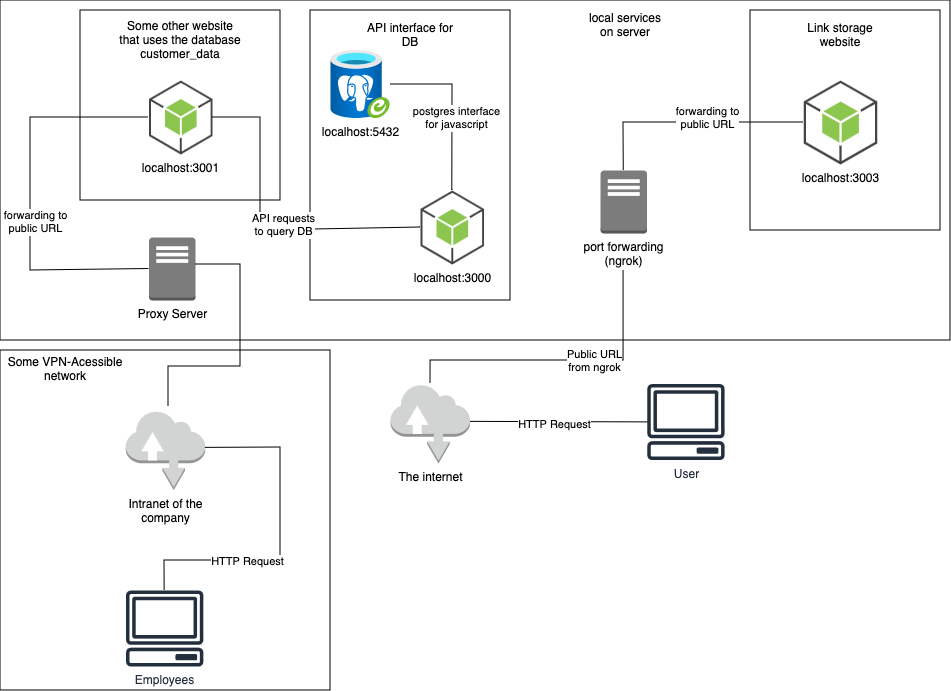
Before: docs/ssrf-architecture.png, a diagram exported from draw.io (aneshodza/ssrf-demo). Source tidied: cells renumbered, new cells last; positions are measured from the earlier drawing's top-left corner, leaving out a move shared by most shapes. The source it was exported from:
```xml
<mxGraphModel>
  <root>
    <mxCell id="0" />
    <mxCell id="1" parent="0" />
    <mxCell id="2" style="rounded=0;whiteSpace=wrap;html=1;fillColor=none;" parent="1" vertex="1">
      <mxGeometry width="950" height="340" as="geometry" />
    </mxCell>
    <mxCell id="3" style="rounded=0;whiteSpace=wrap;html=1;" parent="1" vertex="1">
      <mxGeometry x="310" y="10" width="200" height="290" as="geometry" />
    </mxCell>
    <mxCell id="4" value="localhost:5432" style="image;html=1;points=[];align=center;fontSize=12;image=img/lib/azure2/databases/Azure_Database_PostgreSQL_Server_Group.svg;" parent="1" vertex="1">
      <mxGeometry x="330" y="50" width="60" height="68" as="geometry" />
    </mxCell>
    <mxCell id="5" value="local services &lt;br&gt;on server" style="text;html=1;strokeColor=none;fillColor=none;align=center;verticalAlign=middle;whiteSpace=wrap;rounded=0;" parent="1" vertex="1">
      <mxGeometry x="565" y="10" width="120" height="30" as="geometry" />
    </mxCell>
    <mxCell id="6" value="localhost:3000" style="outlineConnect=0;dashed=0;verticalLabelPosition=bottom;verticalAlign=top;align=center;html=1;shape=mxgraph.aws3.android;fillColor=#8CC64F;gradientColor=none;" parent="1" vertex="1">
      <mxGeometry x="420" y="190" width="63.5" height="74" as="geometry" />
    </mxCell>
    <mxCell id="7" style="endArrow=none;html=1;rounded=0;" parent="1" edge="1" source="6" target="4">
      <mxGeometry relative="1" as="geometry">
        <Array as="points">
          <mxPoint x="452" y="84" />
        </Array>
      </mxGeometry>
    </mxCell>
    <mxCell id="8" value="postgres interface&lt;br&gt;for javascript" style="edgeLabel;html=1;align=center;verticalAlign=middle;" parent="7" vertex="1">
      <mxGeometry x="-0.15" y="-4" relative="1" as="geometry">
        <mxPoint y="-1" as="offset" />
      </mxGeometry>
    </mxCell>
    <mxCell id="9" value="API interface for DB" style="text;html=1;strokeColor=none;fillColor=none;align=center;verticalAlign=middle;whiteSpace=wrap;rounded=0;" parent="1" vertex="1">
      <mxGeometry x="360" y="20" width="100" height="30" as="geometry" />
    </mxCell>
    <mxCell id="10" style="rounded=0;whiteSpace=wrap;html=1;" parent="1" vertex="1">
      <mxGeometry x="750" y="10" width="190" height="220" as="geometry" />
    </mxCell>
    <mxCell id="11" value="localhost:3003" style="outlineConnect=0;dashed=0;verticalLabelPosition=bottom;verticalAlign=top;align=center;html=1;shape=mxgraph.aws3.android;fillColor=#8CC64F;gradientColor=none;" parent="1" vertex="1">
      <mxGeometry x="803.2" y="80" width="73.5" height="84" as="geometry" />
    </mxCell>
    <mxCell id="12" value="Link storage website" style="text;html=1;strokeColor=none;fillColor=none;align=center;verticalAlign=middle;whiteSpace=wrap;rounded=0;" parent="1" vertex="1">
      <mxGeometry x="790" y="20" width="100" height="30" as="geometry" />
    </mxCell>
    <mxCell id="13" value="port forwarding&lt;br&gt;&lt;div align=&quot;center&quot;&gt;(ngrok)&lt;/div&gt;" style="outlineConnect=0;dashed=0;verticalLabelPosition=bottom;verticalAlign=top;align=center;html=1;shape=mxgraph.aws3.traditional_server;fillColor=#7D7C7C;gradientColor=none;" parent="1" vertex="1">
      <mxGeometry x="600" y="170" width="46.5" height="63" as="geometry" />
    </mxCell>
    <mxCell id="14" style="endArrow=none;html=1;rounded=0;exitX=0;exitY=0.5;exitDx=0;exitDy=0;exitPerimeter=0;entryX=0.5;entryY=0;entryDx=0;entryDy=0;entryPerimeter=0;" parent="1" edge="1" source="11" target="13">
      <mxGeometry relative="1" as="geometry">
        <Array as="points">
          <mxPoint x="623" y="122" />
        </Array>
      </mxGeometry>
    </mxCell>
    <mxCell id="15" value="forwarding to&lt;br&gt;public URL" style="edgeLabel;html=1;align=center;verticalAlign=middle;" parent="14" vertex="1">
      <mxGeometry x="-0.15" y="-4" relative="1" as="geometry">
        <mxPoint y="-1" as="offset" />
      </mxGeometry>
    </mxCell>
    <mxCell id="16" value="The internet" style="outlineConnect=0;dashed=0;verticalLabelPosition=bottom;verticalAlign=top;align=center;html=1;shape=mxgraph.aws3.internet;fillColor=#D2D3D3;gradientColor=none;" parent="1" vertex="1">
      <mxGeometry x="390" y="383.5" width="79.5" height="79.5" as="geometry" />
    </mxCell>
    <mxCell id="17" style="endArrow=none;html=1;rounded=0;" parent="1" edge="1" target="16">
      <mxGeometry relative="1" as="geometry">
        <mxPoint x="623" y="270" as="sourcePoint" />
        <Array as="points">
          <mxPoint x="623" y="360" />
          <mxPoint x="430" y="360" />
        </Array>
      </mxGeometry>
    </mxCell>
    <mxCell id="18" value="Public URL&lt;br&gt;from ngrok" style="edgeLabel;html=1;align=center;verticalAlign=middle;" parent="17" vertex="1">
      <mxGeometry x="-0.22" relative="1" as="geometry" />
    </mxCell>
    <mxCell id="19" style="rounded=0;whiteSpace=wrap;html=1;" parent="1" vertex="1">
      <mxGeometry x="80" y="10" width="200" height="190" as="geometry" />
    </mxCell>
    <mxCell id="20" value="Some other website&lt;br&gt;that uses the database&lt;br&gt;customer_data" style="text;html=1;strokeColor=none;fillColor=none;align=center;verticalAlign=middle;whiteSpace=wrap;rounded=0;" parent="1" vertex="1">
      <mxGeometry x="110" y="20" width="140" height="40" as="geometry" />
    </mxCell>
    <mxCell id="21" value="localhost:3001" style="outlineConnect=0;dashed=0;verticalLabelPosition=bottom;verticalAlign=top;align=center;html=1;shape=mxgraph.aws3.android;fillColor=#8CC64F;gradientColor=none;" parent="1" vertex="1">
      <mxGeometry x="148.5" y="80" width="63.5" height="74" as="geometry" />
    </mxCell>
    <mxCell id="22" value="Proxy Server" style="outlineConnect=0;dashed=0;verticalLabelPosition=bottom;verticalAlign=top;align=center;html=1;shape=mxgraph.aws3.traditional_server;fillColor=#7D7C7C;gradientColor=none;" parent="1" vertex="1">
      <mxGeometry x="148.5" y="237" width="46.5" height="63" as="geometry" />
    </mxCell>
    <mxCell id="23" style="endArrow=none;html=1;rounded=0;entryX=1;entryY=0.5;entryDx=0;entryDy=0;entryPerimeter=0;exitX=0;exitY=0.5;exitDx=0;exitDy=0;exitPerimeter=0;" parent="1" edge="1" source="6" target="21">
      <mxGeometry relative="1" as="geometry">
        <Array as="points">
          <mxPoint x="260" y="230" />
          <mxPoint x="260" y="117" />
        </Array>
      </mxGeometry>
    </mxCell>
    <mxCell id="24" value="API requests&lt;br&gt;to query DB" style="edgeLabel;html=1;align=center;verticalAlign=middle;" parent="23" vertex="1">
      <mxGeometry x="-0.15" y="-4" relative="1" as="geometry">
        <mxPoint y="-1" as="offset" />
      </mxGeometry>
    </mxCell>
    <mxCell id="25" style="endArrow=none;html=1;rounded=0;exitX=1;exitY=0.47;exitDx=0;exitDy=0;exitPerimeter=0;" parent="1" edge="1" source="16" target="27">
      <mxGeometry relative="1" as="geometry" />
    </mxCell>
    <mxCell id="26" value="HTTP Request" style="edgeLabel;html=1;align=center;verticalAlign=middle;" parent="25" vertex="1">
      <mxGeometry x="-0.06" y="-2" relative="1" as="geometry" />
    </mxCell>
    <mxCell id="27" value="User" style="sketch=0;outlineConnect=0;fontColor=#232F3E;gradientColor=none;fillColor=#232F3D;strokeColor=none;dashed=0;verticalLabelPosition=bottom;verticalAlign=top;align=center;html=1;fontSize=12;fontStyle=0;shape=mxgraph.aws4.client;" parent="1" vertex="1">
      <mxGeometry x="646.5" y="383.5" width="78" height="76" as="geometry" />
    </mxCell>
    <mxCell id="28" style="endArrow=none;html=1;rounded=0;exitX=0;exitY=0.5;exitDx=0;exitDy=0;exitPerimeter=0;entryX=0;entryY=0.5;entryDx=0;entryDy=0;entryPerimeter=0;" parent="1" edge="1" source="22" target="21">
      <mxGeometry relative="1" as="geometry">
        <Array as="points">
          <mxPoint x="30" y="270" />
          <mxPoint x="30" y="117" />
        </Array>
      </mxGeometry>
    </mxCell>
    <mxCell id="29" value="forwarding to&lt;br&gt;public URL" style="edgeLabel;html=1;align=center;verticalAlign=middle;" parent="28" vertex="1">
      <mxGeometry x="-0.15" y="-4" relative="1" as="geometry">
        <mxPoint y="-1" as="offset" />
      </mxGeometry>
    </mxCell>
    <mxCell id="30" style="rounded=0;whiteSpace=wrap;html=1;fillColor=none;" parent="1" vertex="1">
      <mxGeometry y="350" width="330" height="340" as="geometry" />
    </mxCell>
    <mxCell id="31" value="Some VPN-Acessible&lt;br&gt;network" style="text;html=1;strokeColor=none;fillColor=none;align=center;verticalAlign=middle;whiteSpace=wrap;rounded=0;" parent="1" vertex="1">
      <mxGeometry x="5.2" y="353.5" width="120" height="30" as="geometry" />
    </mxCell>
    <mxCell id="32" value="Intranet of the&lt;br&gt;company" style="outlineConnect=0;dashed=0;verticalLabelPosition=bottom;verticalAlign=top;align=center;html=1;shape=mxgraph.aws3.internet;fillColor=#D2D3D3;gradientColor=none;" parent="1" vertex="1">
      <mxGeometry x="125.2" y="410" width="79.5" height="79.5" as="geometry" />
    </mxCell>
    <mxCell id="33" value="Employees" style="sketch=0;outlineConnect=0;fontColor=#232F3E;gradientColor=none;fillColor=#232F3D;strokeColor=none;dashed=0;verticalLabelPosition=bottom;verticalAlign=top;align=center;html=1;fontSize=12;fontStyle=0;shape=mxgraph.aws4.client;" parent="1" vertex="1">
      <mxGeometry x="125.2" y="590" width="78" height="76" as="geometry" />
    </mxCell>
    <mxCell id="34" style="endArrow=none;html=1;rounded=0;exitX=1;exitY=0.5;exitDx=0;exitDy=0;exitPerimeter=0;" parent="1" edge="1">
      <mxGeometry relative="1" as="geometry">
        <mxPoint x="195" y="264" as="sourcePoint" />
        <mxPoint x="168" y="406" as="targetPoint" />
        <Array as="points">
          <mxPoint x="240" y="264" />
          <mxPoint x="240" y="366" />
          <mxPoint x="168" y="366" />
        </Array>
      </mxGeometry>
    </mxCell>
    <mxCell id="35" style="endArrow=none;html=1;rounded=0;exitX=1;exitY=0.47;exitDx=0;exitDy=0;exitPerimeter=0;" parent="1" edge="1" source="32" target="33">
      <mxGeometry relative="1" as="geometry">
        <Array as="points">
          <mxPoint x="280" y="447" />
          <mxPoint x="280" y="560" />
          <mxPoint x="164" y="560" />
        </Array>
      </mxGeometry>
    </mxCell>
    <mxCell id="36" value="HTTP Request" style="edgeLabel;html=1;align=center;verticalAlign=middle;" parent="35" vertex="1">
      <mxGeometry x="0.33" relative="1" as="geometry" />
    </mxCell>
  </root>
</mxGraphModel>
```
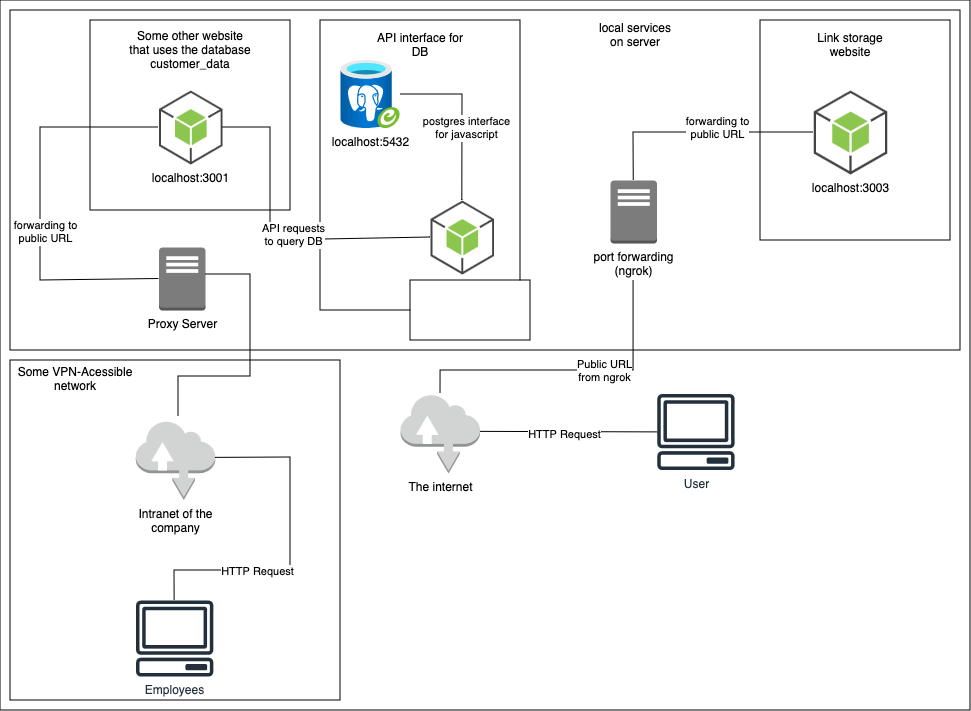
Above is the later version.

Commit message:
Update image to have white background

What changed in the source:
```diff
@@ -2,6 +2,9 @@
   <root>
     <mxCell id="0" />
     <mxCell id="1" parent="0" />
+    <mxCell id="37" style="rounded=0;whiteSpace=wrap;html=1;" parent="1" vertex="1">
+      <mxGeometry x="-10" y="-10" width="970" height="710" as="geometry" />
+    </mxCell>
     <mxCell id="2" style="rounded=0;whiteSpace=wrap;html=1;fillColor=none;" parent="1" vertex="1">
       <mxGeometry width="950" height="340" as="geometry" />
     </mxCell>
@@ -153,5 +156,8 @@
     <mxCell id="36" value="HTTP Request" style="edgeLabel;html=1;align=center;verticalAlign=middle;" parent="35" vertex="1">
       <mxGeometry x="0.33" relative="1" as="geometry" />
     </mxCell>
+    <mxCell id="38" style="rounded=0;whiteSpace=wrap;html=1;" parent="1" vertex="1">
+      <mxGeometry x="400" y="270" width="120" height="60" as="geometry" />
+    </mxCell>
   </root>
 </mxGraphModel>
```
